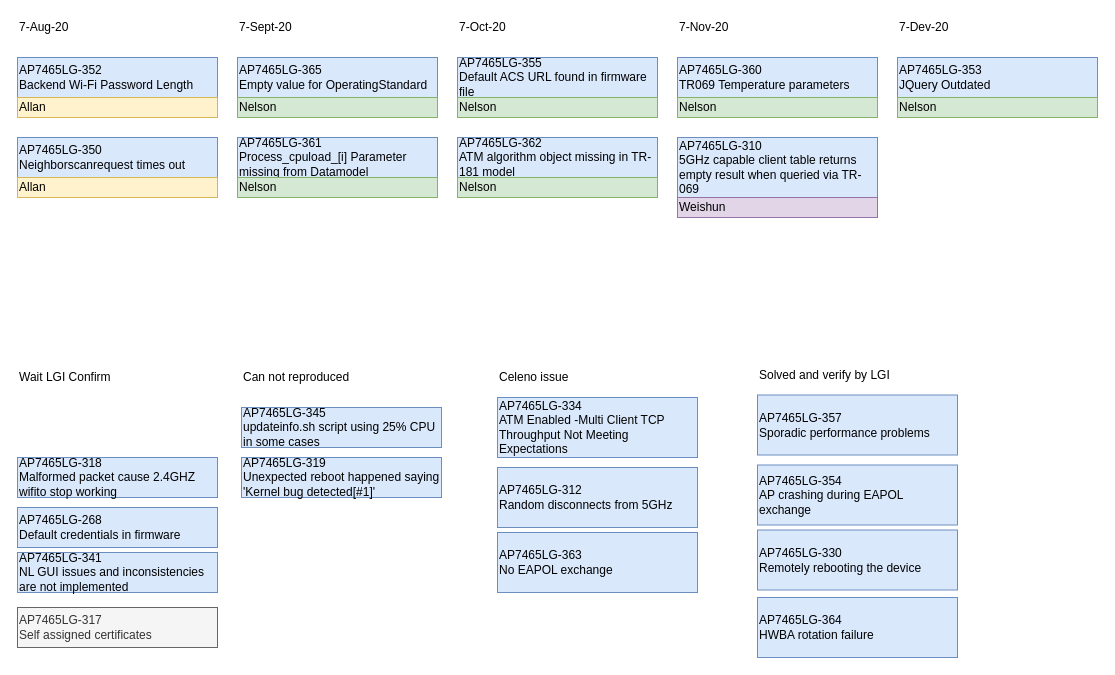
Before: page "Schedule" (7 of 7) of AP7465CE.drawio in nelsonchung/drawio, a draw.io diagram. Source tidied: cells renumbered, new cells numbered last; positions are measured from the earlier drawing's top-left corner, leaving out a move shared by most shapes. Both pictures are drawn from the tidied source at 100%, with x=0, y=0 at pixel (17, 17).
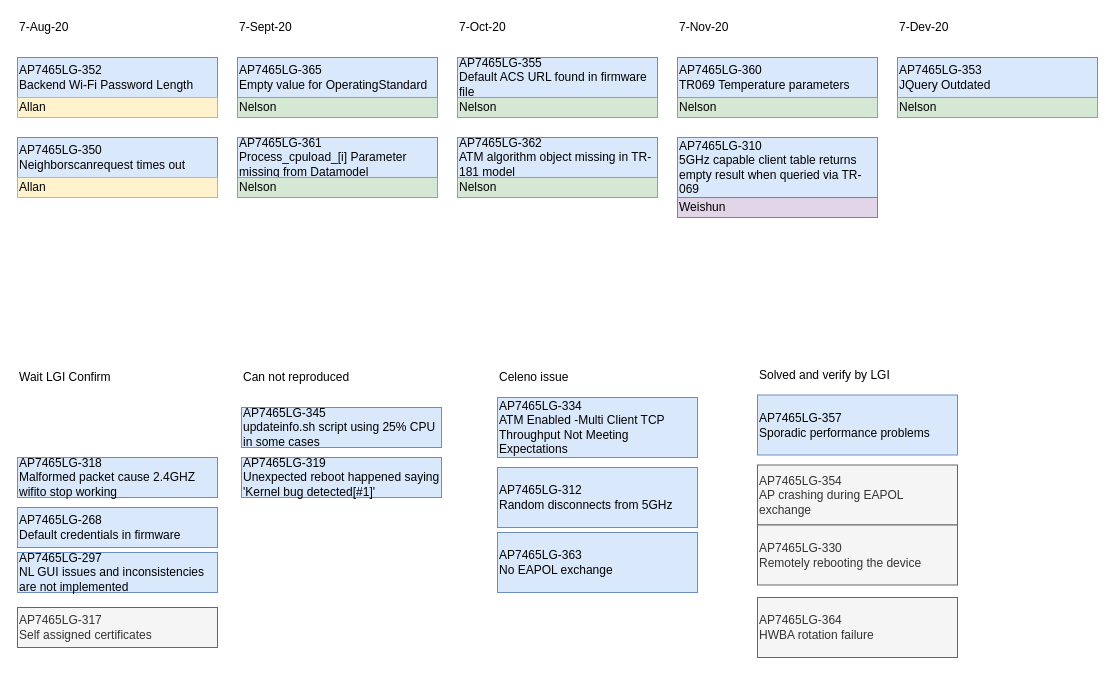
The same diagram, later.

Diff of the diagram source:
```diff
@@
-    <mxCell id="22" value="AP7465LG-354&lt;br&gt;AP crashing during EAPOL exchange" style="rounded=0;whiteSpace=wrap;html=1;fillColor=#dae8fc;strokeColor=#6c8ebf;align=left;" parent="1" vertex="1">
+    <mxCell id="22" value="AP7465LG-354&lt;br&gt;AP crashing during EAPOL exchange" style="rounded=0;whiteSpace=wrap;html=1;fillColor=#f5f5f5;strokeColor=#666666;align=left;fontColor=#333333;" parent="1" vertex="1">
       <mxGeometry x="740" y="447.5" width="200" height="60" as="geometry" />
     </mxCell>
-    <mxCell id="23" value="AP7465LG-330&lt;br&gt;Remotely rebooting the device" style="rounded=0;whiteSpace=wrap;html=1;fillColor=#dae8fc;strokeColor=#6c8ebf;align=left;" parent="1" vertex="1">
-      <mxGeometry x="740" y="512.5" width="200" height="60" as="geometry" />
+    <mxCell id="23" value="AP7465LG-330&lt;br&gt;Remotely rebooting the device" style="rounded=0;whiteSpace=wrap;html=1;fillColor=#f5f5f5;strokeColor=#666666;align=left;fontColor=#333333;" parent="1" vertex="1">
+      <mxGeometry x="740" y="507.5" width="200" height="60" as="geometry" />
     </mxCell>
@@
-    <mxCell id="25" value="AP7465LG-364&lt;br&gt;HWBA rotation failure" style="rounded=0;whiteSpace=wrap;html=1;fillColor=#dae8fc;strokeColor=#6c8ebf;align=left;" parent="1" vertex="1">
+    <mxCell id="25" value="AP7465LG-364&lt;br&gt;HWBA rotation failure" style="rounded=0;whiteSpace=wrap;html=1;fillColor=#f5f5f5;strokeColor=#666666;align=left;fontColor=#333333;" parent="1" vertex="1">
       <mxGeometry x="740" y="580" width="200" height="60" as="geometry" />
     </mxCell>
-    <mxCell id="26" value="AP7465LG-341&lt;br&gt;NL GUI issues and inconsistencies are not implemented" style="rounded=0;whiteSpace=wrap;html=1;fillColor=#dae8fc;strokeColor=#6c8ebf;align=left;" parent="1" vertex="1">
+    <mxCell id="26" value="AP7465LG-297&lt;br&gt;NL GUI issues and inconsistencies are not implemented" style="rounded=0;whiteSpace=wrap;html=1;fillColor=#dae8fc;strokeColor=#6c8ebf;align=left;" parent="1" vertex="1">
       <mxGeometry y="535" width="200" height="40" as="geometry" />
     </mxCell>
```
